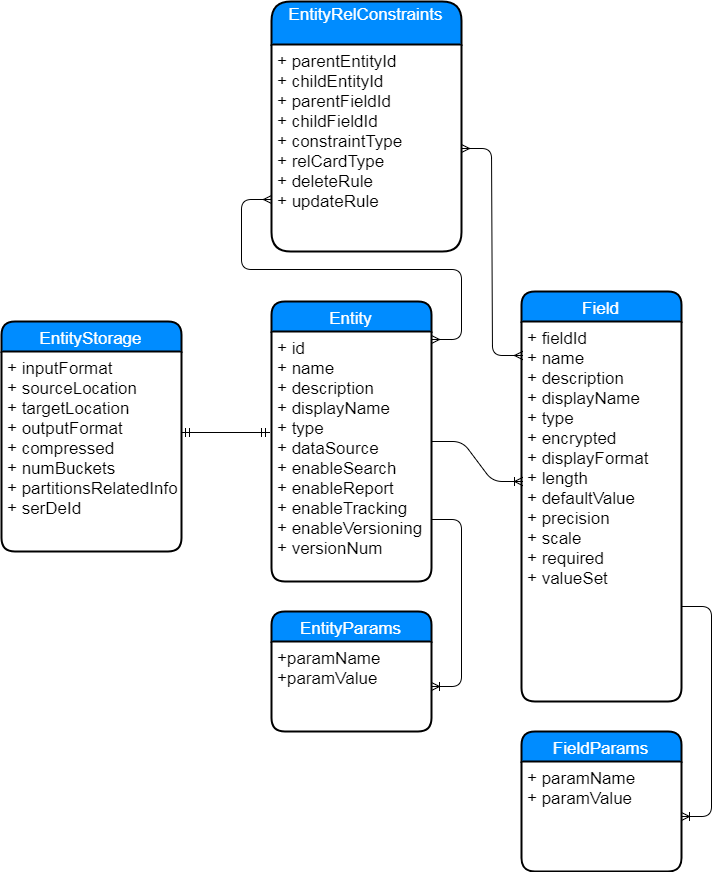
sandhyaagarwal/diagrams keeps this draw.io diagram as entity.png. Above is the earlier version. Source tidied: cells renumbered, new cells last; positions are measured from the earlier drawing's top-left corner, leaving out a move shared by most shapes.
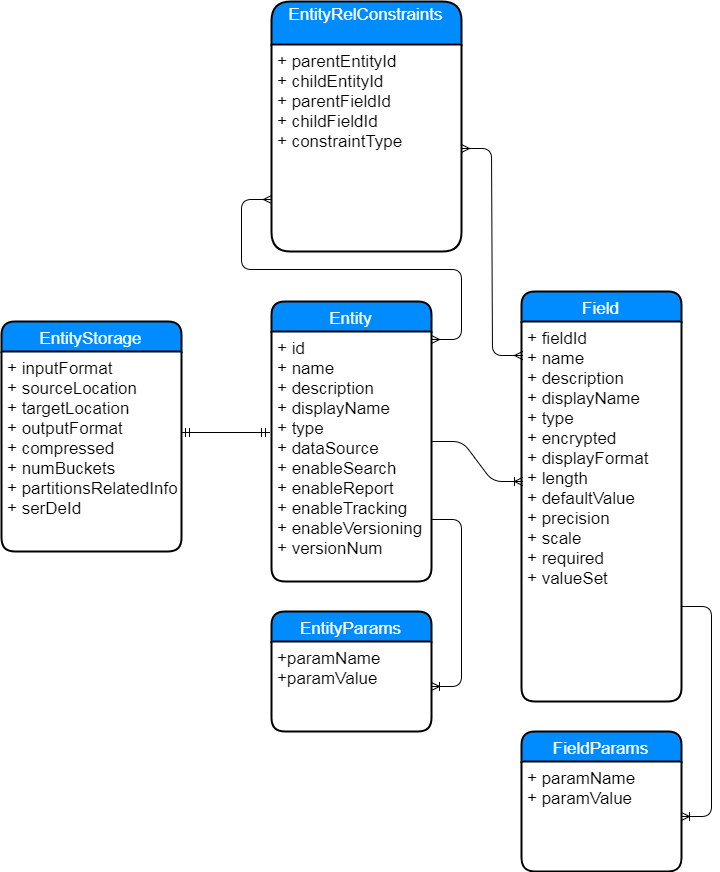
After the change.

Diff of the diagram source:
```diff
@@ -49,7 +49,7 @@
     <mxCell id="16" value="EntityRelConstraints&#10;" style="swimlane;horizontal=1;startSize=43;fillColor=#008cff;fontColor=#FFFFFF;rounded=1;fontSize=17;fontStyle=0;strokeWidth=2;shadow=0;dashed=0;align=center;" parent="1" vertex="1">
       <mxGeometry x="270" width="190" height="250" as="geometry" />
     </mxCell>
-    <mxCell id="17" value="+ parentEntityId&#10;+ childEntityId&#10;+ parentFieldId&#10;+ childFieldId&#10;+ constraintType&#10;+ relCardType&#10;+ deleteRule&#10;+ updateRule" style="align=left;strokeColor=none;fillColor=none;spacingLeft=4;fontSize=17;verticalAlign=top;" parent="16" vertex="1">
+    <mxCell id="17" value="+ parentEntityId&#10;+ childEntityId&#10;+ parentFieldId&#10;+ childFieldId&#10;+ constraintType&#10;" style="align=left;strokeColor=none;fillColor=none;spacingLeft=4;fontSize=17;verticalAlign=top;" parent="16" vertex="1">
       <mxGeometry y="43" width="190" height="207" as="geometry" />
     </mxCell>
     <mxCell id="18" style="edgeStyle=entityRelationEdgeStyle;html=1;endArrow=ERmany;startArrow=ERmany;entryX=0;entryY=0.75;" parent="1" edge="1" target="17">
```
